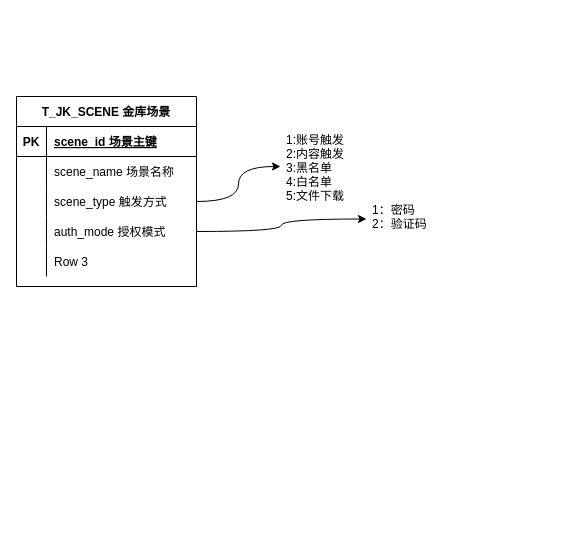
The draw.io diagram page "金库表结构" (2 of 2) of 二期db设计.drawio in 158698706/qhdx, before the edit. Source tidied: cells renumbered, new cells numbered last; positions are measured from the earlier drawing's top-left corner, leaving out a move shared by most shapes. Both pictures are drawn from the tidied source at 100%, with x=0, y=0 at pixel (16, 96).
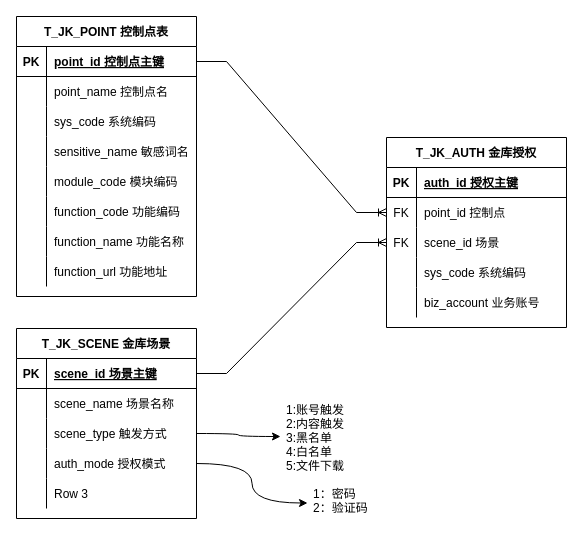
The same diagram, later.

The change refers to these unchanged cells:
```xml
<mxCell id="3" style="shape=partialRectangle;fillColor=none;top=0;left=0;bottom=1;right=0;points=[[0,0.5],[1,0.5]];portConstraint=eastwest;" parent="2" vertex="1">
  <mxGeometry y="30" width="180" height="30" as="geometry" />
</mxCell>
<mxCell id="12" style="shape=partialRectangle;fillColor=none;top=0;left=0;bottom=0;right=0;points=[[0,0.5],[1,0.5]];portConstraint=eastwest;" parent="2" vertex="1">
  <mxGeometry y="120" width="180" height="30" as="geometry" />
</mxCell>
```

What changed in the source:
```diff
@@
     <mxCell id="2" value="T_JK_SCENE 金库场景" style="shape=table;startSize=30;childLayout=tableLayout;rowLines=0;fontStyle=1;align=center;" parent="1" vertex="1">
-      <mxGeometry width="180" height="190" as="geometry" />
+      <mxGeometry y="232" width="180" height="190" as="geometry" />
     </mxCell>
@@
     <mxCell id="19" value="1:账号触发&#10;2:内容触发 &#10;3:黑名单 &#10;4:白名单 &#10;5:文件下载" style="text;strokeColor=none;fillColor=none;spacingLeft=4;spacingRight=4;overflow=hidden;points=[[0,0.5],[1,0.5]];portConstraint=eastwest;fontSize=12;" parent="1" vertex="1">
-      <mxGeometry x="264" y="30" width="90" height="80" as="geometry" />
+      <mxGeometry x="264" y="300" width="90" height="80" as="geometry" />
     </mxCell>
-    <mxCell id="20" style="edgeStyle=orthogonalEdgeStyle;curved=1;rounded=0;jettySize=auto;html=1;" parent="1" edge="1" source="12" target="21">
+    <mxCell id="20" style="edgeStyle=orthogonalEdgeStyle;curved=1;rounded=0;jettySize=auto;html=1;entryX=0;entryY=0.5;entryDx=0;entryDy=0;" parent="1" edge="1" source="12" target="21">
       <mxGeometry relative="1" as="geometry" />
     </mxCell>
     <mxCell id="21" value="1：密码&#10;2：验证码" style="text;strokeColor=none;fillColor=none;spacingLeft=4;spacingRight=4;overflow=hidden;points=[[0,0.5],[1,0.5]];portConstraint=eastwest;fontSize=12;" parent="1" vertex="1">
-      <mxGeometry x="350" y="100" width="90" height="45" as="geometry" />
+      <mxGeometry x="291" y="384" width="90" height="45" as="geometry" />
     </mxCell>
+    <mxCell id="22" value="T_JK_AUTH 金库授权" style="shape=table;startSize=30;childLayout=tableLayout;rowLines=0;fontStyle=1;align=center;" parent="1" vertex="1">
+      <mxGeometry x="370" y="41" width="180" height="190" as="geometry" />
+    </mxCell>
+    <mxCell id="23" style="shape=partialRectangle;fillColor=none;top=0;left=0;bottom=1;right=0;" parent="22" vertex="1">
+      <mxGeometry y="30" width="180" height="30" as="geometry" />
+    </mxCell>
+    <mxCell id="24" value="PK" style="shape=partialRectangle;fillColor=none;top=0;left=0;bottom=0;right=0;fontStyle=1;overflow=hidden;" parent="23" vertex="1">
+      <mxGeometry width="30" height="30" as="geometry" />
+    </mxCell>
+    <mxCell id="25" value="auth_id 授权主键" style="shape=partialRectangle;fillColor=none;top=0;left=0;bottom=0;right=0;align=left;spacingLeft=6;fontStyle=5;overflow=hidden;" parent="23" vertex="1">
+      <mxGeometry x="30" width="150" height="30" as="geometry" />
+    </mxCell>
+    <mxCell id="26" style="shape=partialRectangle;fillColor=none;top=0;left=0;bottom=0;right=0;points=[[0,0.5],[1,0.5]];portConstraint=eastwest;" parent="22" vertex="1">
+      <mxGeometry y="60" width="180" height="30" as="geometry" />
+    </mxCell>
+    <mxCell id="27" value="FK" style="shape=partialRectangle;fillColor=none;top=0;left=0;bottom=0;right=0;overflow=hidden;" parent="26" vertex="1">
+      <mxGeometry width="30" height="30" as="geometry" />
+    </mxCell>
+    <mxCell id="28" value="point_id 控制点" style="shape=partialRectangle;fillColor=none;top=0;left=0;bottom=0;right=0;align=left;spacingLeft=6;overflow=hidden;" parent="26" vertex="1">
+      <mxGeometry x="30" width="150" height="30" as="geometry" />
+    </mxCell>
+    <mxCell id="29" style="shape=partialRectangle;fillColor=none;top=0;left=0;bottom=0;right=0;points=[[0,0.5],[1,0.5]];portConstraint=eastwest;" parent="22" vertex="1">
+      <mxGeometry y="90" width="180" height="30" as="geometry" />
+    </mxCell>
+    <mxCell id="30" value="FK" style="shape=partialRectangle;fillColor=none;top=0;left=0;bottom=0;right=0;overflow=hidden;" parent="29" vertex="1">
+      <mxGeometry width="30" height="30" as="geometry" />
+    </mxCell>
+    <mxCell id="31" value="scene_id 场景" style="shape=partialRectangle;fillColor=none;top=0;left=0;bottom=0;right=0;align=left;spacingLeft=6;overflow=hidden;" parent="29" vertex="1">
+      <mxGeometry x="30" width="150" height="30" as="geometry" />
+    </mxCell>
+    <mxCell id="32" style="shape=partialRectangle;fillColor=none;top=0;left=0;bottom=0;right=0;" parent="22" vertex="1">
+      <mxGeometry y="120" width="180" height="30" as="geometry" />
+    </mxCell>
+    <mxCell id="33" style="shape=partialRectangle;fillColor=none;top=0;left=0;bottom=0;right=0;overflow=hidden;" parent="32" vertex="1">
+      <mxGeometry width="30" height="30" as="geometry" />
+    </mxCell>
+    <mxCell id="34" value="sys_code 系统编码" style="shape=partialRectangle;fillColor=none;top=0;left=0;bottom=0;right=0;align=left;spacingLeft=6;overflow=hidden;" parent="32" vertex="1">
+      <mxGeometry x="30" width="150" height="30" as="geometry" />
+    </mxCell>
+    <mxCell id="35" style="shape=partialRectangle;fillColor=none;top=0;left=0;bottom=0;right=0;" parent="22" vertex="1">
+      <mxGeometry y="150" width="180" height="30" as="geometry" />
+    </mxCell>
+    <mxCell id="36" style="shape=partialRectangle;fillColor=none;top=0;left=0;bottom=0;right=0;overflow=hidden;" parent="35" vertex="1">
+      <mxGeometry width="30" height="30" as="geometry" />
+    </mxCell>
+    <mxCell id="37" value="biz_account 业务账号" style="shape=partialRectangle;fillColor=none;top=0;left=0;bottom=0;right=0;align=left;spacingLeft=6;overflow=hidden;" parent="35" vertex="1">
+      <mxGeometry x="30" width="150" height="30" as="geometry" />
+    </mxCell>
+    <mxCell id="38" style="edgeStyle=entityRelationEdgeStyle;fontSize=12;html=1;endArrow=ERoneToMany;rounded=0;entryX=0;entryY=0.5;entryDx=0;entryDy=0;" parent="1" edge="1" source="3" target="29">
+      <mxGeometry relative="1" as="geometry" />
+    </mxCell>
+    <mxCell id="39" value="T_JK_POINT 控制点表" style="shape=table;startSize=30;childLayout=tableLayout;rowLines=0;fontStyle=1;align=center;" parent="1" vertex="1">
+      <mxGeometry y="-80" width="180" height="280" as="geometry" />
+    </mxCell>
+    <mxCell id="40" style="shape=partialRectangle;fillColor=none;top=0;left=0;bottom=1;right=0;points=[[0,0.5],[1,0.5]];portConstraint=eastwest;" parent="39" vertex="1">
+      <mxGeometry y="30" width="180" height="30" as="geometry" />
+    </mxCell>
+    <mxCell id="41" value="PK" style="shape=partialRectangle;fillColor=none;top=0;left=0;bottom=0;right=0;fontStyle=1;overflow=hidden;" parent="40" vertex="1">
+      <mxGeometry width="30" height="30" as="geometry" />
+    </mxCell>
+    <mxCell id="42" value="point_id 控制点主键" style="shape=partialRectangle;fillColor=none;top=0;left=0;bottom=0;right=0;align=left;spacingLeft=6;fontStyle=5;overflow=hidden;" parent="40" vertex="1">
+      <mxGeometry x="30" width="150" height="30" as="geometry" />
+    </mxCell>
+    <mxCell id="43" style="shape=partialRectangle;fillColor=none;top=0;left=0;bottom=0;right=0;" parent="39" vertex="1">
+      <mxGeometry y="60" width="180" height="30" as="geometry" />
+    </mxCell>
+    <mxCell id="44" style="shape=partialRectangle;fillColor=none;top=0;left=0;bottom=0;right=0;overflow=hidden;" parent="43" vertex="1">
+      <mxGeometry width="30" height="30" as="geometry" />
+    </mxCell>
+    <mxCell id="45" value="point_name 控制点名" style="shape=partialRectangle;fillColor=none;top=0;left=0;bottom=0;right=0;align=left;spacingLeft=6;overflow=hidden;" parent="43" vertex="1">
+      <mxGeometry x="30" width="150" height="30" as="geometry" />
+    </mxCell>
+    <mxCell id="46" style="shape=partialRectangle;fillColor=none;top=0;left=0;bottom=0;right=0;" parent="39" vertex="1">
+      <mxGeometry y="90" width="180" height="30" as="geometry" />
+    </mxCell>
+    <mxCell id="47" style="shape=partialRectangle;fillColor=none;top=0;left=0;bottom=0;right=0;overflow=hidden;" parent="46" vertex="1">
+      <mxGeometry width="30" height="30" as="geometry" />
+    </mxCell>
+    <mxCell id="48" value="sys_code 系统编码" style="shape=partialRectangle;fillColor=none;top=0;left=0;bottom=0;right=0;align=left;spacingLeft=6;overflow=hidden;" parent="46" vertex="1">
+      <mxGeometry x="30" width="150" height="30" as="geometry" />
+    </mxCell>
+    <mxCell id="49" style="shape=partialRectangle;fillColor=none;top=0;left=0;bottom=0;right=0;" parent="39" vertex="1">
+      <mxGeometry y="120" width="180" height="30" as="geometry" />
+    </mxCell>
+    <mxCell id="50" style="shape=partialRectangle;fillColor=none;top=0;left=0;bottom=0;right=0;overflow=hidden;" parent="49" vertex="1">
+      <mxGeometry width="30" height="30" as="geometry" />
+    </mxCell>
+    <mxCell id="51" value="sensitive_name 敏感词名" style="shape=partialRectangle;fillColor=none;top=0;left=0;bottom=0;right=0;align=left;spacingLeft=6;overflow=hidden;" parent="49" vertex="1">
+      <mxGeometry x="30" width="150" height="30" as="geometry" />
+    </mxCell>
+    <mxCell id="52" style="shape=partialRectangle;fillColor=none;top=0;left=0;bottom=0;right=0;" parent="39" vertex="1">
+      <mxGeometry y="150" width="180" height="30" as="geometry" />
+    </mxCell>
+    <mxCell id="53" style="shape=partialRectangle;fillColor=none;top=0;left=0;bottom=0;right=0;overflow=hidden;" parent="52" vertex="1">
+      <mxGeometry width="30" height="30" as="geometry" />
+    </mxCell>
+    <mxCell id="54" value="module_code 模块编码" style="shape=partialRectangle;fillColor=none;top=0;left=0;bottom=0;right=0;align=left;spacingLeft=6;overflow=hidden;" parent="52" vertex="1">
+      <mxGeometry x="30" width="150" height="30" as="geometry" />
+    </mxCell>
+    <mxCell id="55" style="shape=partialRectangle;fillColor=none;top=0;left=0;bottom=0;right=0;" parent="39" vertex="1">
+      <mxGeometry y="180" width="180" height="30" as="geometry" />
+    </mxCell>
+    <mxCell id="56" style="shape=partialRectangle;fillColor=none;top=0;left=0;bottom=0;right=0;overflow=hidden;" parent="55" vertex="1">
+      <mxGeometry width="30" height="30" as="geometry" />
+    </mxCell>
+    <mxCell id="57" value="function_code 功能编码" style="shape=partialRectangle;fillColor=none;top=0;left=0;bottom=0;right=0;align=left;spacingLeft=6;overflow=hidden;" parent="55" vertex="1">
+      <mxGeometry x="30" width="150" height="30" as="geometry" />
+    </mxCell>
+    <mxCell id="58" style="shape=partialRectangle;fillColor=none;top=0;left=0;bottom=0;right=0;" parent="39" vertex="1">
+      <mxGeometry y="210" width="180" height="30" as="geometry" />
+    </mxCell>
+    <mxCell id="59" style="shape=partialRectangle;fillColor=none;top=0;left=0;bottom=0;right=0;overflow=hidden;" parent="58" vertex="1">
+      <mxGeometry width="30" height="30" as="geometry" />
+    </mxCell>
+    <mxCell id="60" value="function_name 功能名称" style="shape=partialRectangle;fillColor=none;top=0;left=0;bottom=0;right=0;align=left;spacingLeft=6;overflow=hidden;" parent="58" vertex="1">
+      <mxGeometry x="30" width="150" height="30" as="geometry" />
+    </mxCell>
+    <mxCell id="61" style="shape=partialRectangle;fillColor=none;top=0;left=0;bottom=0;right=0;" parent="39" vertex="1">
+      <mxGeometry y="240" width="180" height="30" as="geometry" />
+    </mxCell>
+    <mxCell id="62" style="shape=partialRectangle;fillColor=none;top=0;left=0;bottom=0;right=0;overflow=hidden;" parent="61" vertex="1">
+      <mxGeometry width="30" height="30" as="geometry" />
+    </mxCell>
+    <mxCell id="63" value="function_url 功能地址" style="shape=partialRectangle;fillColor=none;top=0;left=0;bottom=0;right=0;align=left;spacingLeft=6;overflow=hidden;" parent="61" vertex="1">
+      <mxGeometry x="30" width="150" height="30" as="geometry" />
+    </mxCell>
+    <mxCell id="64" style="edgeStyle=entityRelationEdgeStyle;fontSize=12;html=1;endArrow=ERoneToMany;rounded=0;entryX=0;entryY=0.5;entryDx=0;entryDy=0;" parent="1" edge="1" source="40" target="26">
+      <mxGeometry relative="1" as="geometry" />
+    </mxCell>
```
